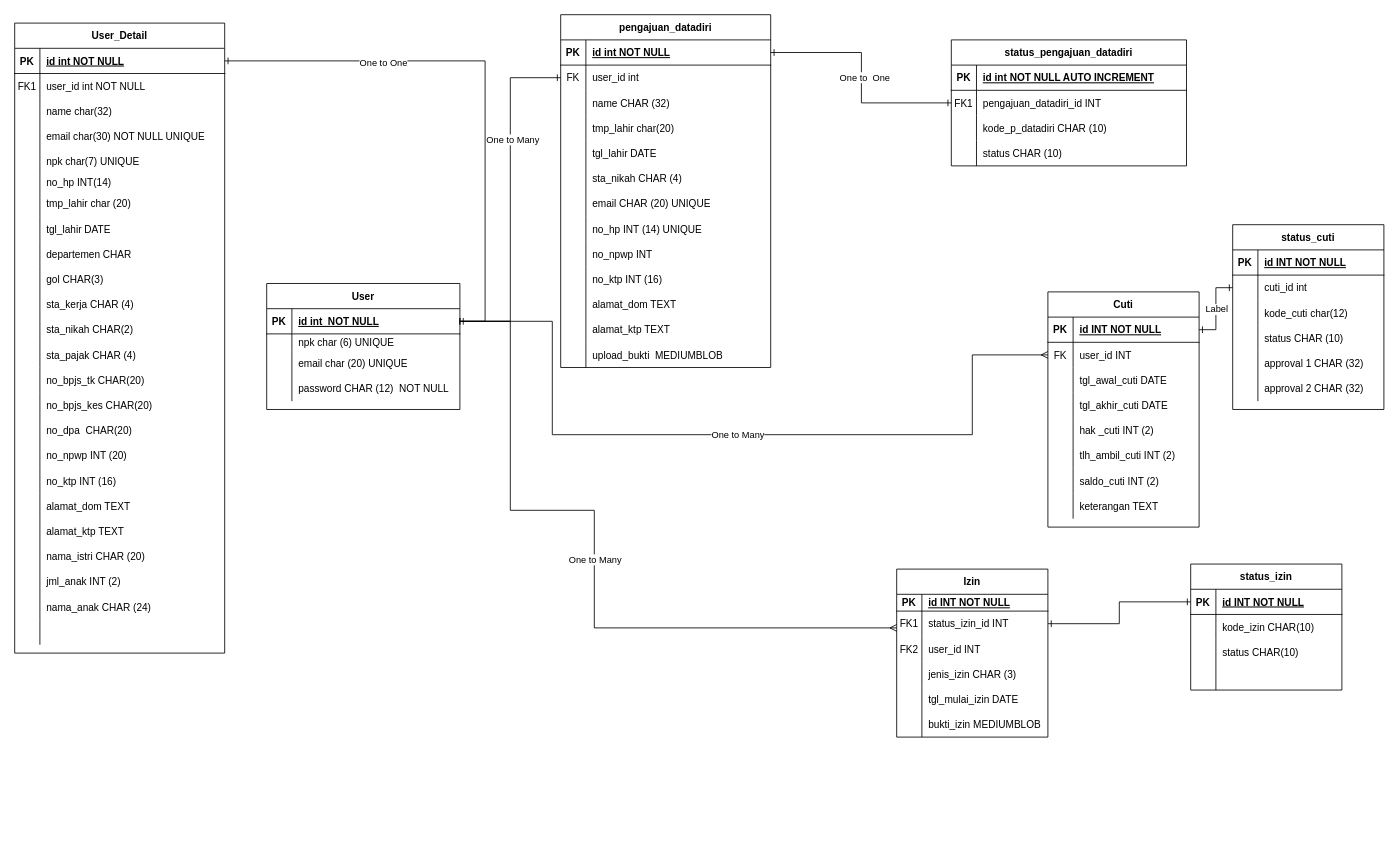
Before: page "ERD" (1 of 4) of ERDS1AR/ERD S1AR.drawio in magang-aiia/ERD-Diagram, a draw.io diagram. Source tidied: cells renumbered, new cells numbered last; positions are measured from the earlier drawing's top-left corner, leaving out a move shared by most shapes. Both pictures are drawn from the tidied source at 84%, with x=0, y=0 at pixel (14, 14).
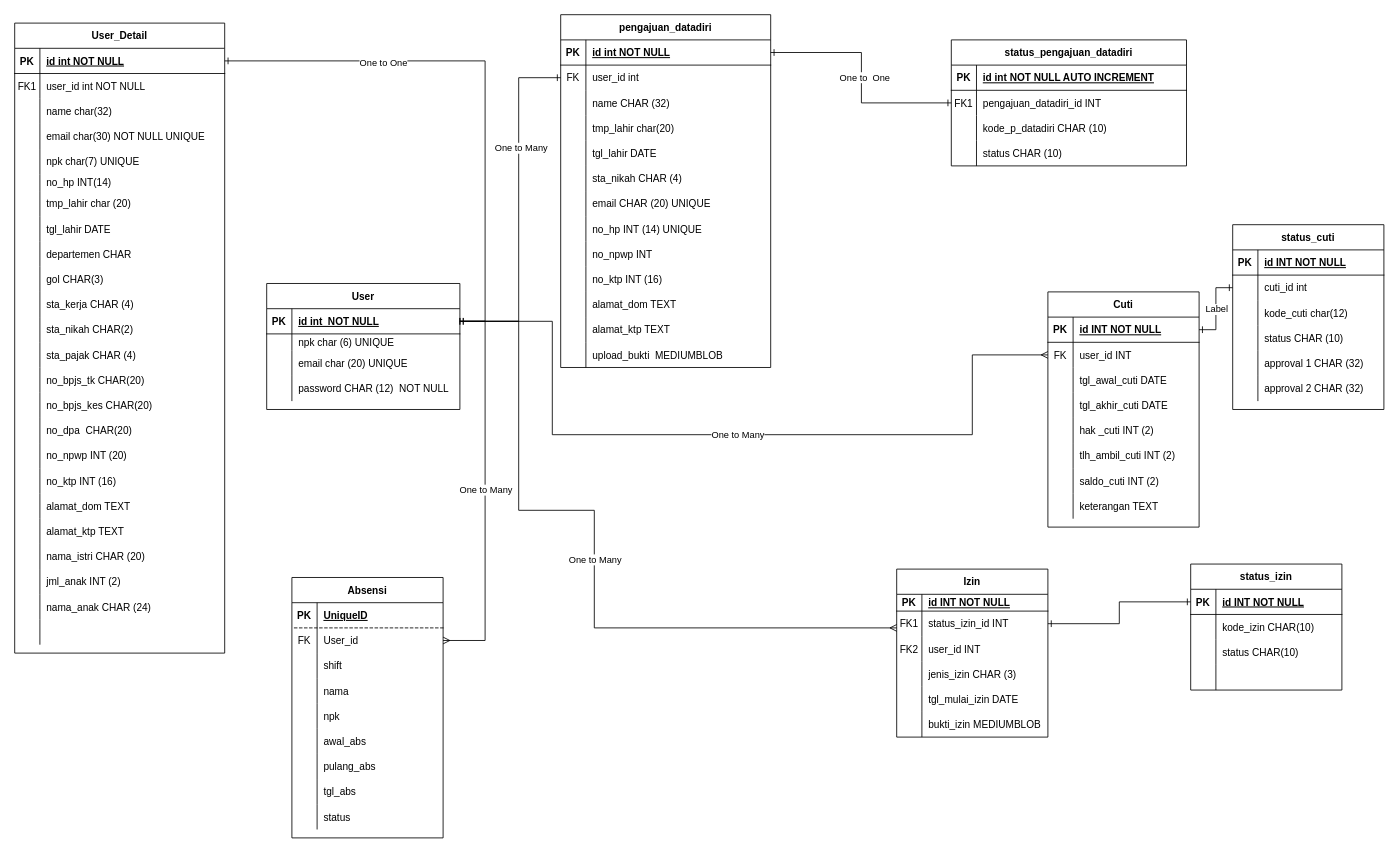
Above is the later version.

Unchanged cells that the change refers to:
```xml
<mxCell id="79" style="shape=partialRectangle;fillColor=none;points=[[0,0.5],[1,0.5]];portConstraint=eastwest;top=0;left=0;right=0;bottom=0;" parent="75" vertex="1">
  <mxGeometry y="60" width="250" height="30" as="geometry" />
</mxCell>
<mxCell id="116" style="shape=tableRow;horizontal=0;startSize=0;swimlaneHead=0;swimlaneBody=0;fillColor=none;points=[[0,0.5],[1,0.5]];portConstraint=eastwest;top=0;left=0;right=0;bottom=1;rounded=0;" parent="115" vertex="1">
  <mxGeometry y="30" width="230" height="30" as="geometry" />
</mxCell>
```

The edit, as a diff of the source:
```diff
@@
     <mxCell id="219" style="endArrow=ERone;html=1;rounded=0;exitX=0;exitY=0.5;exitDx=0;exitDy=0;entryX=1;entryY=0.5;entryDx=0;entryDy=0;endFill=0;startArrow=ERone;startFill=0;edgeStyle=elbowEdgeStyle;" parent="1" edge="1" source="79" target="116">
-      <mxGeometry relative="1" as="geometry" />
+      <mxGeometry relative="1" as="geometry">
+        <Array as="points">
+          <mxPoint x="600" y="220" />
+        </Array>
+      </mxGeometry>
     </mxCell>
@@
     <mxCell id="226" style="endArrow=ERmany;html=1;rounded=0;exitX=1;exitY=0.5;exitDx=0;exitDy=0;edgeStyle=orthogonalEdgeStyle;elbow=vertical;endFill=0;" parent="1" edge="1" source="116">
       <mxGeometry relative="1" as="geometry">
         <mxPoint x="1050" y="730" as="targetPoint" />
         <Array as="points">
-          <mxPoint x="590" y="365" />
-          <mxPoint x="590" y="590" />
+          <mxPoint x="600" y="365" />
+          <mxPoint x="600" y="590" />
           <mxPoint x="690" y="590" />
           <mxPoint x="690" y="730" />
         </Array>
       </mxGeometry>
     </mxCell>
@@
+    <mxCell id="230" value="Absensi" style="shape=table;startSize=30;childLayout=tableLayout;rowLines=0;fontStyle=1;align=center;fillColor=none;" parent="1" vertex="1">
+      <mxGeometry x="330" y="670" width="180" height="310" as="geometry" />
+    </mxCell>
+    <mxCell id="231" style="shape=tableRow;horizontal=0;startSize=0;swimlaneHead=0;swimlaneBody=0;fillColor=none;top=0;left=0;right=0;bottom=1;dashed=1;" parent="230" vertex="1">
+      <mxGeometry y="30" width="180" height="30" as="geometry" />
+    </mxCell>
+    <mxCell id="232" value="PK" style="shape=partialRectangle;fillColor=none;top=0;left=0;bottom=0;right=0;fontStyle=1;overflow=hidden;dashed=1;" parent="231" vertex="1">
+      <mxGeometry width="30" height="30" as="geometry" />
+    </mxCell>
+    <mxCell id="233" value="UniqueID" style="shape=partialRectangle;fillColor=none;top=0;left=0;bottom=0;right=0;align=left;spacingLeft=6;fontStyle=5;overflow=hidden;dashed=1;" parent="231" vertex="1">
+      <mxGeometry x="30" width="150" height="30" as="geometry" />
+    </mxCell>
+    <mxCell id="234" style="shape=tableRow;horizontal=0;startSize=0;swimlaneHead=0;swimlaneBody=0;fillColor=none;points=[[0,0.5],[1,0.5]];portConstraint=eastwest;top=0;left=0;right=0;bottom=0;dashed=1;" parent="230" vertex="1">
+      <mxGeometry y="60" width="180" height="30" as="geometry" />
+    </mxCell>
+    <mxCell id="235" value="FK" style="shape=partialRectangle;fillColor=none;top=0;left=0;bottom=0;right=0;overflow=hidden;dashed=1;" parent="234" vertex="1">
+      <mxGeometry width="30" height="30" as="geometry" />
+    </mxCell>
+    <mxCell id="236" value="User_id" style="shape=partialRectangle;fillColor=none;top=0;left=0;bottom=0;right=0;align=left;spacingLeft=6;overflow=hidden;dashed=1;" parent="234" vertex="1">
+      <mxGeometry x="30" width="150" height="30" as="geometry" />
+    </mxCell>
+    <mxCell id="237" style="shape=tableRow;horizontal=0;startSize=0;swimlaneHead=0;swimlaneBody=0;fillColor=none;top=0;left=0;right=0;bottom=0;dashed=1;" parent="230" vertex="1">
+      <mxGeometry y="90" width="180" height="30" as="geometry" />
+    </mxCell>
+    <mxCell id="238" style="shape=partialRectangle;fillColor=none;top=0;left=0;bottom=0;right=0;overflow=hidden;dashed=1;" parent="237" vertex="1">
+      <mxGeometry width="30" height="30" as="geometry" />
+    </mxCell>
+    <mxCell id="239" value="shift" style="shape=partialRectangle;fillColor=none;top=0;left=0;bottom=0;right=0;align=left;spacingLeft=6;overflow=hidden;dashed=1;" parent="237" vertex="1">
+      <mxGeometry x="30" width="150" height="30" as="geometry" />
+    </mxCell>
+    <mxCell id="240" style="shape=tableRow;horizontal=0;startSize=0;swimlaneHead=0;swimlaneBody=0;fillColor=none;top=0;left=0;right=0;bottom=0;dashed=1;" parent="230" vertex="1">
+      <mxGeometry y="120" width="180" height="30" as="geometry" />
+    </mxCell>
+    <mxCell id="241" style="shape=partialRectangle;fillColor=none;top=0;left=0;bottom=0;right=0;overflow=hidden;dashed=1;" parent="240" vertex="1">
+      <mxGeometry width="30" height="30" as="geometry" />
+    </mxCell>
+    <mxCell id="242" value="nama" style="shape=partialRectangle;fillColor=none;top=0;left=0;bottom=0;right=0;align=left;spacingLeft=6;overflow=hidden;dashed=1;" parent="240" vertex="1">
+      <mxGeometry x="30" width="150" height="30" as="geometry" />
+    </mxCell>
+    <mxCell id="243" style="shape=tableRow;horizontal=0;startSize=0;swimlaneHead=0;swimlaneBody=0;fillColor=none;top=0;left=0;right=0;bottom=0;dashed=1;" parent="230" vertex="1">
+      <mxGeometry y="150" width="180" height="30" as="geometry" />
+    </mxCell>
+    <mxCell id="244" style="shape=partialRectangle;fillColor=none;top=0;left=0;bottom=0;right=0;overflow=hidden;dashed=1;" parent="243" vertex="1">
+      <mxGeometry width="30" height="30" as="geometry" />
+    </mxCell>
+    <mxCell id="245" value="npk" style="shape=partialRectangle;fillColor=none;top=0;left=0;bottom=0;right=0;align=left;spacingLeft=6;overflow=hidden;dashed=1;" parent="243" vertex="1">
+      <mxGeometry x="30" width="150" height="30" as="geometry" />
+    </mxCell>
+    <mxCell id="246" style="shape=tableRow;horizontal=0;startSize=0;swimlaneHead=0;swimlaneBody=0;fillColor=none;top=0;left=0;right=0;bottom=0;dashed=1;" parent="230" vertex="1">
+      <mxGeometry y="180" width="180" height="30" as="geometry" />
+    </mxCell>
+    <mxCell id="247" style="shape=partialRectangle;fillColor=none;top=0;left=0;bottom=0;right=0;overflow=hidden;dashed=1;" parent="246" vertex="1">
+      <mxGeometry width="30" height="30" as="geometry" />
+    </mxCell>
+    <mxCell id="248" value="awal_abs" style="shape=partialRectangle;fillColor=none;top=0;left=0;bottom=0;right=0;align=left;spacingLeft=6;overflow=hidden;dashed=1;" parent="246" vertex="1">
+      <mxGeometry x="30" width="150" height="30" as="geometry" />
+    </mxCell>
+    <mxCell id="249" style="shape=tableRow;horizontal=0;startSize=0;swimlaneHead=0;swimlaneBody=0;fillColor=none;top=0;left=0;right=0;bottom=0;dashed=1;" parent="230" vertex="1">
+      <mxGeometry y="210" width="180" height="30" as="geometry" />
+    </mxCell>
+    <mxCell id="250" style="shape=partialRectangle;fillColor=none;top=0;left=0;bottom=0;right=0;overflow=hidden;dashed=1;" parent="249" vertex="1">
+      <mxGeometry width="30" height="30" as="geometry" />
+    </mxCell>
+    <mxCell id="251" value="pulang_abs" style="shape=partialRectangle;fillColor=none;top=0;left=0;bottom=0;right=0;align=left;spacingLeft=6;overflow=hidden;dashed=1;" parent="249" vertex="1">
+      <mxGeometry x="30" width="150" height="30" as="geometry" />
+    </mxCell>
+    <mxCell id="252" style="shape=tableRow;horizontal=0;startSize=0;swimlaneHead=0;swimlaneBody=0;fillColor=none;top=0;left=0;right=0;bottom=0;dashed=1;" parent="230" vertex="1">
+      <mxGeometry y="240" width="180" height="30" as="geometry" />
+    </mxCell>
+    <mxCell id="253" style="shape=partialRectangle;fillColor=none;top=0;left=0;bottom=0;right=0;overflow=hidden;dashed=1;" parent="252" vertex="1">
+      <mxGeometry width="30" height="30" as="geometry" />
+    </mxCell>
+    <mxCell id="254" value="tgl_abs" style="shape=partialRectangle;fillColor=none;top=0;left=0;bottom=0;right=0;align=left;spacingLeft=6;overflow=hidden;dashed=1;" parent="252" vertex="1">
+      <mxGeometry x="30" width="150" height="30" as="geometry" />
+    </mxCell>
+    <mxCell id="255" style="shape=tableRow;horizontal=0;startSize=0;swimlaneHead=0;swimlaneBody=0;fillColor=none;top=0;left=0;right=0;bottom=0;dashed=1;" parent="230" vertex="1">
+      <mxGeometry y="270" width="180" height="30" as="geometry" />
+    </mxCell>
+    <mxCell id="256" style="shape=partialRectangle;fillColor=none;top=0;left=0;bottom=0;right=0;overflow=hidden;dashed=1;" parent="255" vertex="1">
+      <mxGeometry width="30" height="30" as="geometry" />
+    </mxCell>
+    <mxCell id="257" value="status" style="shape=partialRectangle;fillColor=none;top=0;left=0;bottom=0;right=0;align=left;spacingLeft=6;overflow=hidden;dashed=1;" parent="255" vertex="1">
+      <mxGeometry x="30" width="150" height="30" as="geometry" />
+    </mxCell>
+    <mxCell id="258" style="endArrow=ERone;html=1;rounded=0;exitX=1;exitY=0.5;exitDx=0;exitDy=0;entryX=1;entryY=0.5;entryDx=0;entryDy=0;edgeStyle=elbowEdgeStyle;endFill=0;startArrow=ERmany;startFill=0;" parent="1" edge="1" source="234" target="116">
+      <mxGeometry relative="1" as="geometry">
+        <Array as="points">
+          <mxPoint x="560" y="550" />
+        </Array>
+      </mxGeometry>
+    </mxCell>
+    <mxCell id="259" value="One to Many" style="edgeLabel;html=1;align=center;verticalAlign=middle;dashed=1;fillColor=none;" parent="258" vertex="1">
+      <mxGeometry relative="1" as="geometry" />
+    </mxCell>
```
